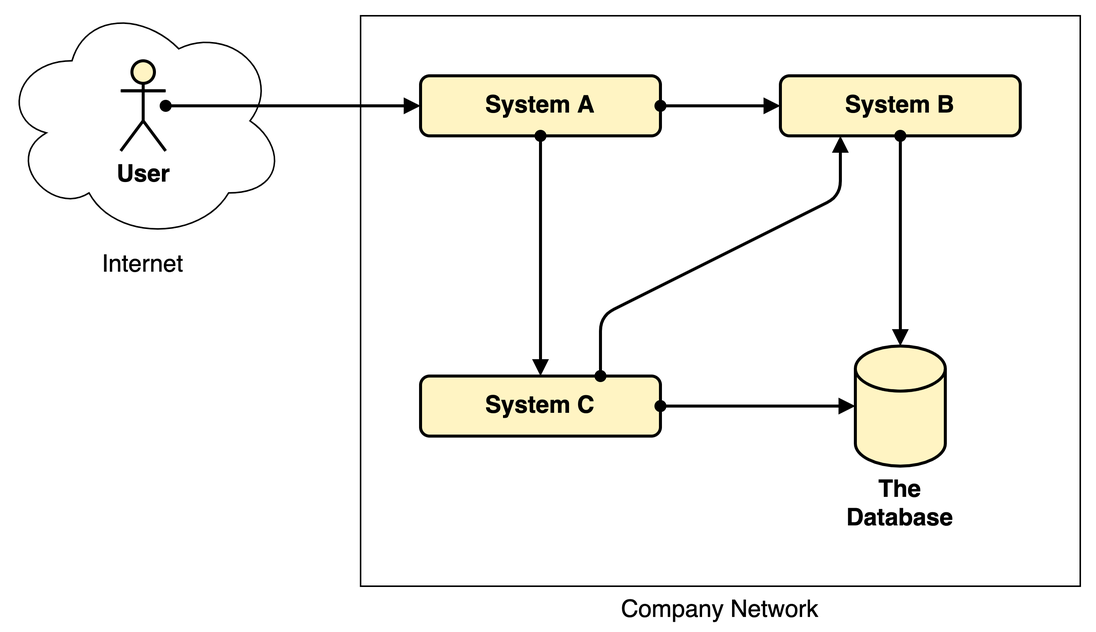
martinleggewie/visual-tips-for-creating-schematic-diagrams keeps this draw.io diagram as diagrams/example-systemdiagram_reduced-to-the-max.png. Above is the earlier version. Source tidied: cells renumbered, new cells last; positions are measured from the earlier drawing's top-left corner, leaving out a move shared by most shapes.
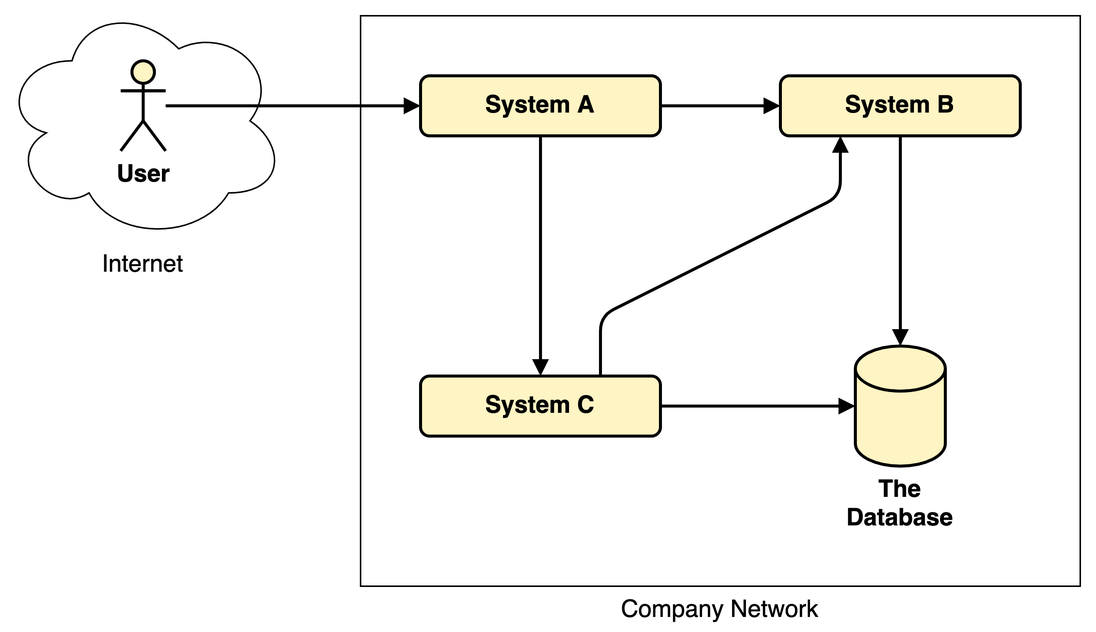
The same diagram one commit later.

Change to the diagram source:
```diff
@@ -18,10 +18,10 @@
     <mxCell id="7" value="System B" style="rounded=1;whiteSpace=wrap;html=1;strokeWidth=2;fontSize=16;fontStyle=1;fillColor=#FFF4C3;" parent="3" vertex="1">
       <mxGeometry x="520" y="50" width="160" height="40" as="geometry" />
     </mxCell>
-    <mxCell id="8" style="rounded=0;jettySize=auto;html=1;fontSize=16;endArrow=block;endFill=1;startArrow=oval;startFill=1;strokeWidth=2;" parent="3" edge="1" source="6" target="7">
+    <mxCell id="8" style="rounded=0;jettySize=auto;html=1;fontSize=16;endArrow=block;endFill=1;startArrow=none;startFill=0;strokeWidth=2;" parent="3" edge="1" source="6" target="7">
       <mxGeometry relative="1" as="geometry" />
     </mxCell>
-    <mxCell id="9" style="edgeStyle=none;rounded=0;jettySize=auto;html=1;startArrow=oval;startFill=1;endArrow=block;endFill=1;strokeWidth=2;fontSize=16;" parent="3" edge="1" source="10" target="6">
+    <mxCell id="9" style="edgeStyle=none;rounded=0;jettySize=auto;html=1;startArrow=none;startFill=0;endArrow=block;endFill=1;strokeWidth=2;fontSize=16;" parent="3" edge="1" source="10" target="6">
       <mxGeometry relative="1" as="geometry" />
     </mxCell>
     <mxCell id="10" value="User" style="shape=umlActor;verticalLabelPosition=bottom;verticalAlign=top;html=1;outlineConnect=0;fontSize=16;strokeWidth=2;fontStyle=1;fillColor=#FFF4C3;" parent="3" vertex="1">
@@ -33,16 +33,16 @@
     <mxCell id="12" value="System C" style="rounded=1;whiteSpace=wrap;html=1;strokeWidth=2;fontSize=16;fontStyle=1;fillColor=#FFF4C3;" parent="3" vertex="1">
       <mxGeometry x="280" y="250" width="160" height="40" as="geometry" />
     </mxCell>
-    <mxCell id="13" style="edgeStyle=none;rounded=0;jettySize=auto;html=1;startArrow=oval;startFill=1;endArrow=block;endFill=1;strokeWidth=2;fontSize=16;" parent="3" edge="1" source="12" target="11">
+    <mxCell id="13" style="edgeStyle=none;rounded=0;jettySize=auto;html=1;startArrow=none;startFill=0;endArrow=block;endFill=1;strokeWidth=2;fontSize=16;" parent="3" edge="1" source="12" target="11">
       <mxGeometry relative="1" as="geometry" />
     </mxCell>
-    <mxCell id="14" style="edgeStyle=none;rounded=0;jettySize=auto;html=1;startArrow=oval;startFill=1;endArrow=block;endFill=1;strokeWidth=2;fontSize=16;" parent="3" edge="1" source="6" target="12">
+    <mxCell id="14" style="edgeStyle=none;rounded=0;jettySize=auto;html=1;startArrow=none;startFill=0;endArrow=block;endFill=1;strokeWidth=2;fontSize=16;" parent="3" edge="1" source="6" target="12">
       <mxGeometry relative="1" as="geometry" />
     </mxCell>
-    <mxCell id="15" style="edgeStyle=none;rounded=0;jettySize=auto;html=1;startArrow=oval;startFill=1;endArrow=block;endFill=1;strokeWidth=2;fontSize=16;" parent="3" edge="1" source="7" target="11">
+    <mxCell id="15" style="edgeStyle=none;rounded=0;jettySize=auto;html=1;startArrow=none;startFill=0;endArrow=block;endFill=1;strokeWidth=2;fontSize=16;" parent="3" edge="1" source="7" target="11">
       <mxGeometry relative="1" as="geometry" />
     </mxCell>
-    <mxCell id="16" style="jettySize=auto;html=1;startArrow=oval;startFill=1;endArrow=block;endFill=1;strokeWidth=2;fontSize=16;exitX=0.75;exitY=0;exitDx=0;exitDy=0;entryX=0.25;entryY=1;entryDx=0;entryDy=0;rounded=1;elbow=vertical;jumpStyle=none;sketch=0;shadow=0;comic=0;arcSize=20;" parent="3" edge="1" source="12" target="7">
+    <mxCell id="16" style="jettySize=auto;html=1;startArrow=none;startFill=0;endArrow=block;endFill=1;strokeWidth=2;fontSize=16;exitX=0.75;exitY=0;exitDx=0;exitDy=0;entryX=0.25;entryY=1;entryDx=0;entryDy=0;rounded=1;elbow=vertical;jumpStyle=none;sketch=0;shadow=0;comic=0;arcSize=20;" parent="3" edge="1" source="12" target="7">
       <mxGeometry relative="1" as="geometry">
         <Array as="points">
           <mxPoint x="400" y="210" />
```
